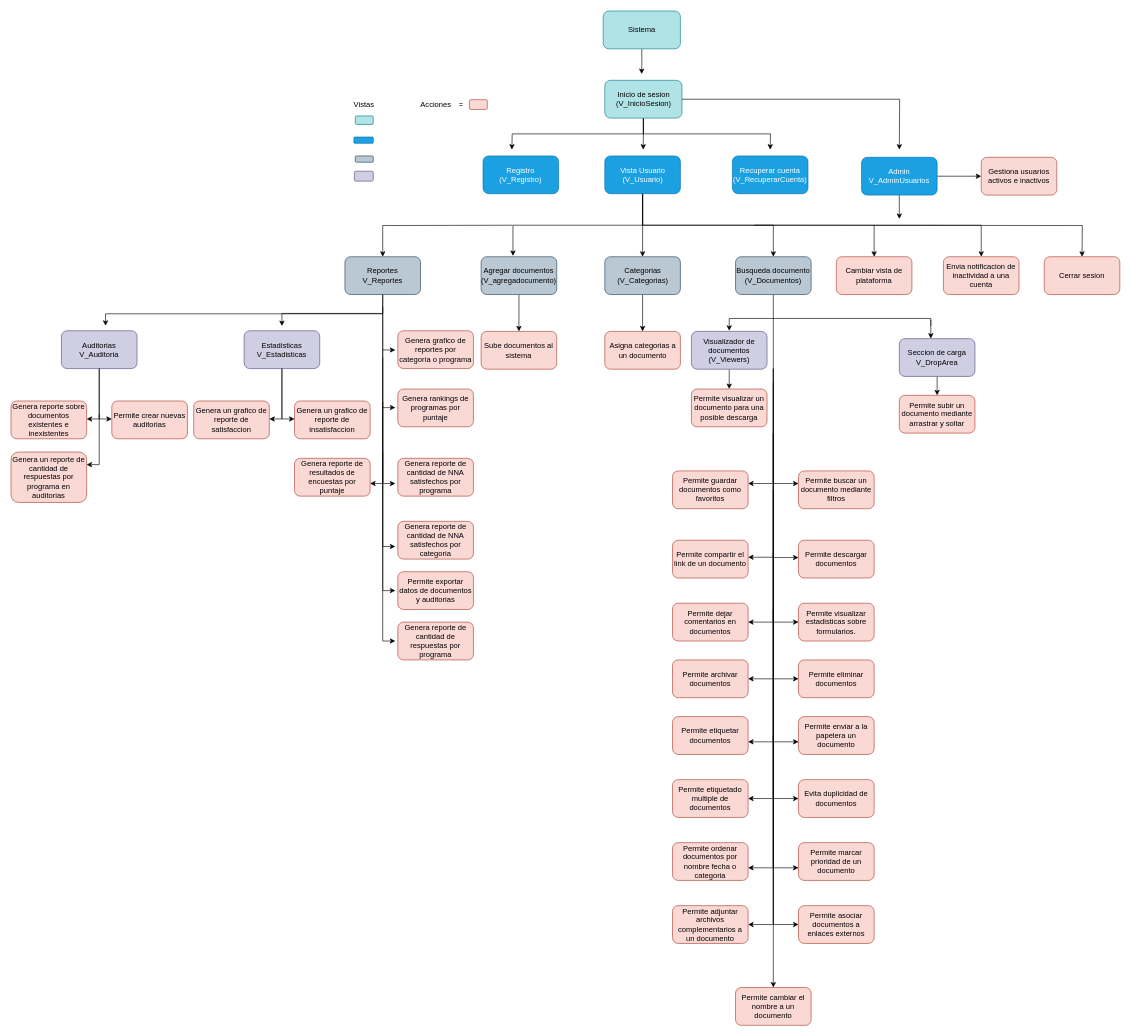
Above: INCREMENTO 2/Arbol de navegacion.drawio in Shizars/Proyecto-ing-soft-1-y-2 (draw.io), before the change. Source tidied: cells renumbered, new cells numbered last; positions are measured from the earlier drawing's top-left corner, leaving out a move shared by most shapes. Both pictures are drawn from the tidied source at 63%, with x=0, y=0 at pixel (11, 11).
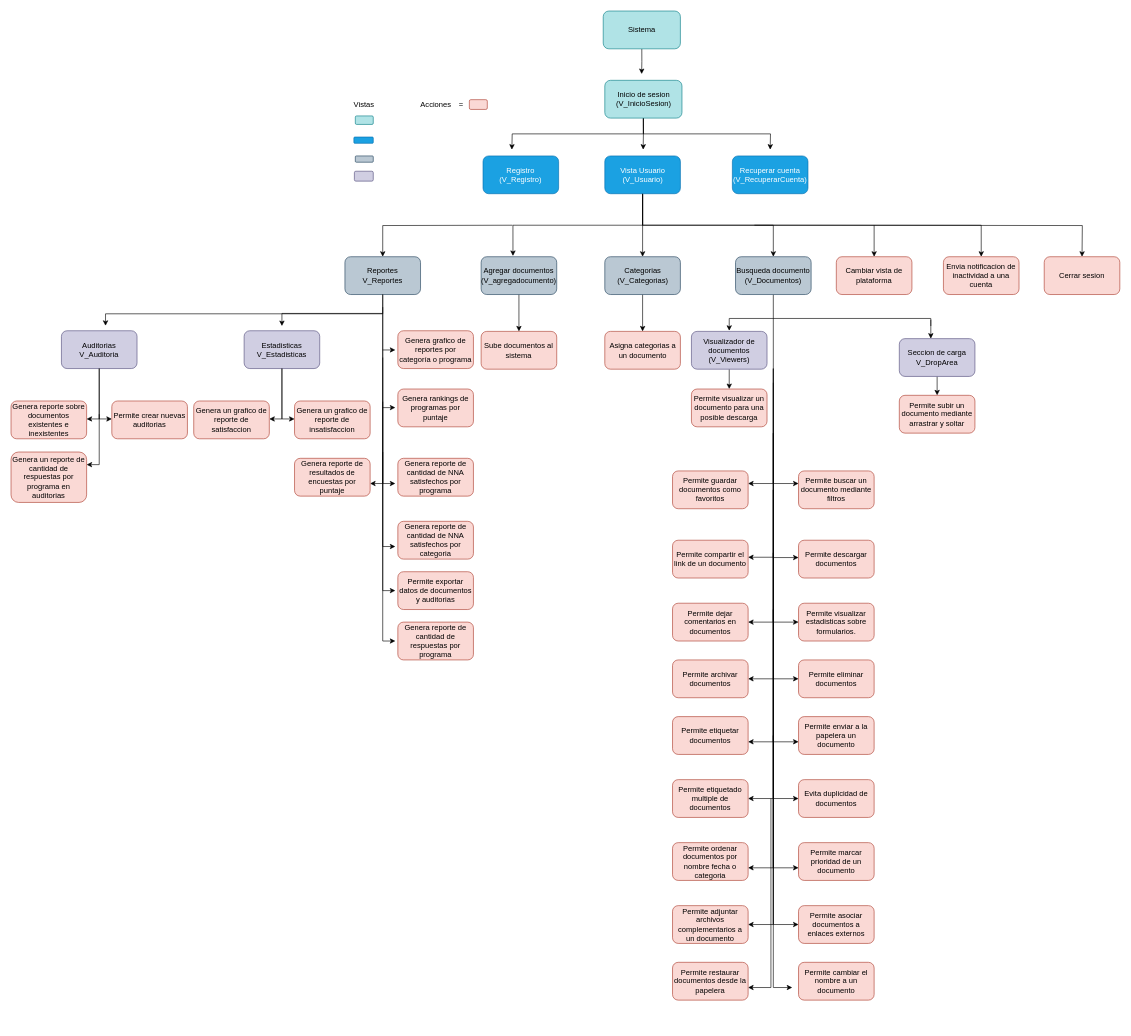
After the change.

Unchanged cells that the change refers to:
```xml
<mxCell id="5" value="Inicio de sesion (V_InicioSesion)" style="rounded=1;whiteSpace=wrap;html=1;fillColor=#b0e3e6;strokeColor=#0e8088;" parent="1" vertex="1">
  <mxGeometry x="942.5" y="110" width="122.5" height="60" as="geometry" />
</mxCell>
```

Diff of the diagram source:
```diff
@@
     <mxCell id="104" value="Permite cambiar el nombre a un documento" style="rounded=1;whiteSpace=wrap;html=1;fillColor=#fad9d5;strokeColor=#ae4132;" parent="1" vertex="1">
-      <mxGeometry x="1150" y="1550" width="120" height="60" as="geometry" />
+      <mxGeometry x="1250" y="1510" width="120" height="60" as="geometry" />
     </mxCell>
@@
     <mxCell id="107" style="edgeStyle=orthogonalEdgeStyle;rounded=0;orthogonalLoop=1;jettySize=auto;html=1;exitX=0.5;exitY=1;exitDx=0;exitDy=0;" parent="1" edge="1">
       <mxGeometry relative="1" as="geometry">
         <mxPoint x="1210" y="1250" as="sourcePoint" />
-        <mxPoint x="1210" y="1550" as="targetPoint" />
+        <mxPoint x="1240" y="1550" as="targetPoint" />
         <Array as="points">
           <mxPoint x="1210" y="1550" />
         </Array>
       </mxGeometry>
     </mxCell>
@@
-    <mxCell id="110" style="edgeStyle=orthogonalEdgeStyle;rounded=0;jettySize=auto;html=1;exitX=1;exitY=0.5;exitDx=0;exitDy=0;" parent="1" edge="1" source="5">
-      <mxGeometry relative="1" as="geometry">
-        <mxPoint x="1410" y="220" as="targetPoint" />
-      </mxGeometry>
-    </mxCell>
-    <mxCell id="111" style="edgeStyle=orthogonalEdgeStyle;rounded=0;jettySize=auto;html=1;" parent="1" edge="1" source="113">
-      <mxGeometry relative="1" as="geometry">
-        <mxPoint x="1540" y="262.2" as="targetPoint" />
-      </mxGeometry>
-    </mxCell>
-    <mxCell id="112" style="edgeStyle=orthogonalEdgeStyle;rounded=0;jettySize=auto;html=1;exitX=0.5;exitY=1;exitDx=0;exitDy=0;" parent="1" edge="1" source="113">
-      <mxGeometry relative="1" as="geometry">
-        <mxPoint x="1410" y="330" as="targetPoint" />
-      </mxGeometry>
-    </mxCell>
-    <mxCell id="113" value="Admin&lt;div&gt;V_AdminUsuarios&lt;/div&gt;" style="rounded=1;whiteSpace=wrap;html=1;fillColor=#1ba1e2;fontColor=#ffffff;strokeColor=#006EAF;" parent="1" vertex="1">
-      <mxGeometry x="1350" y="232.2" width="120" height="60" as="geometry" />
-    </mxCell>
-    <mxCell id="114" value="Gestiona usuarios activos e inactivos" style="rounded=1;whiteSpace=wrap;html=1;fillColor=#fad9d5;strokeColor=#ae4132;" parent="1" vertex="1">
-      <mxGeometry x="1540" y="232.2" width="120" height="60" as="geometry" />
-    </mxCell>
+    <mxCell id="115" value="Permite restaurar documentos desde la papelera" style="rounded=1;whiteSpace=wrap;html=1;fillColor=#fad9d5;strokeColor=#ae4132;" parent="1" vertex="1">
+      <mxGeometry x="1050" y="1510" width="120" height="60" as="geometry" />
+    </mxCell>
+    <mxCell id="116" style="edgeStyle=orthogonalEdgeStyle;rounded=0;orthogonalLoop=1;jettySize=auto;html=1;exitX=0.5;exitY=1;exitDx=0;exitDy=0;" parent="1" edge="1">
+      <mxGeometry relative="1" as="geometry">
+        <mxPoint x="1206.2" y="1250" as="sourcePoint" />
+        <mxPoint x="1170" y="1550" as="targetPoint" />
+        <Array as="points">
+          <mxPoint x="1206.2" y="1550" />
+        </Array>
+      </mxGeometry>
+    </mxCell>
```
